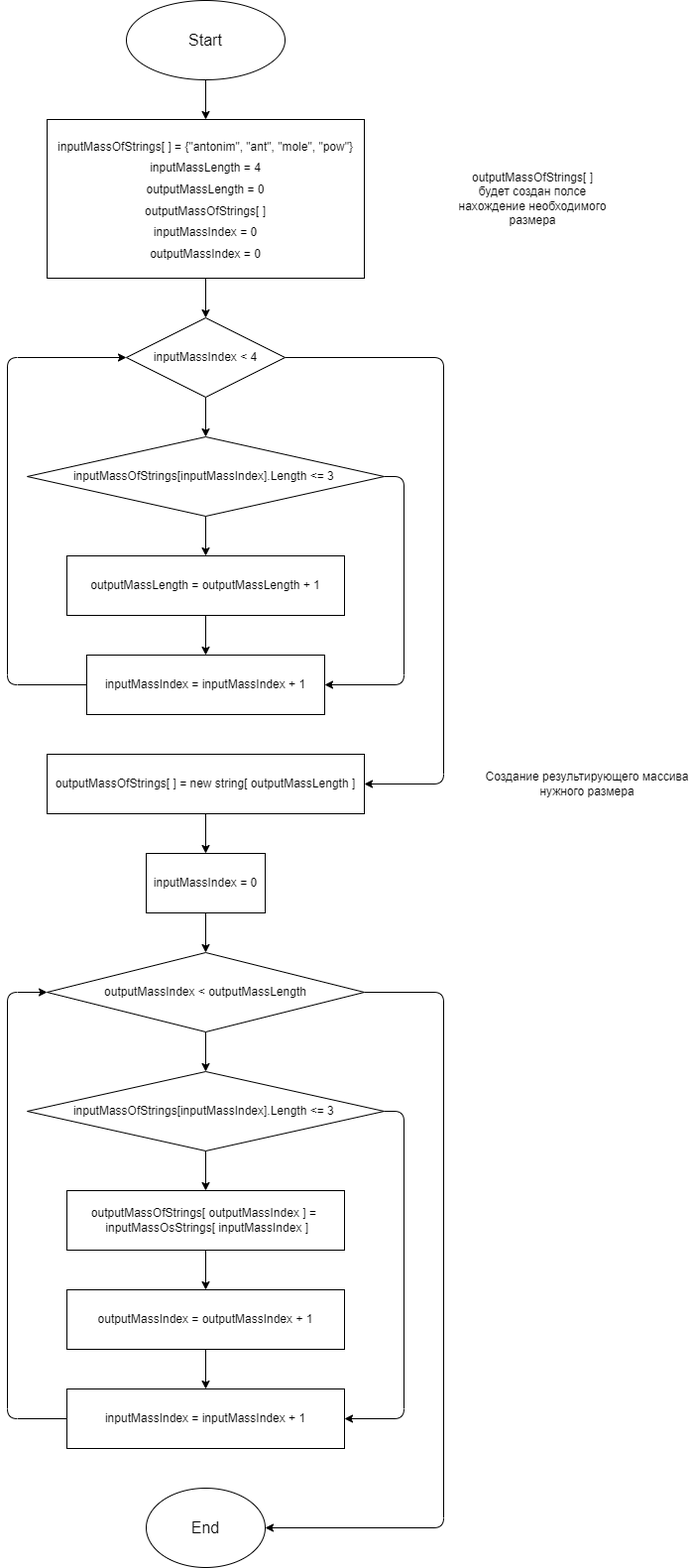
This is Блок-схема.drawio.png from Chell406/Total-project-GB, a draw.io export, as it was before one commit. Source tidied: cells renumbered, new cells last; positions are measured from the earlier drawing's top-left corner, leaving out a move shared by most shapes.
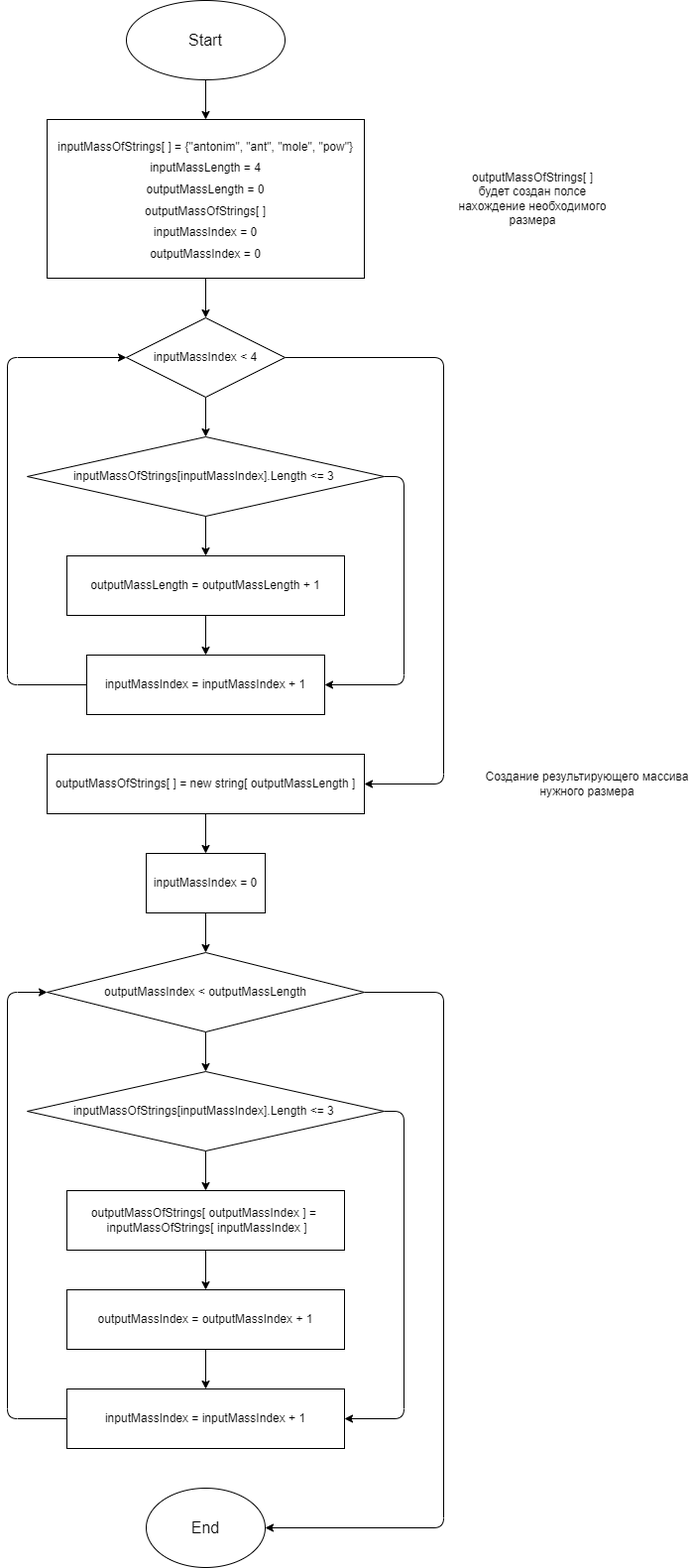
The same file after the commit.

Commit message:
Исправил имя массива в ветвлении во втором цикле на inputMassOfStrings вместо inputMassOnStrings

What changed in the source:
```diff
@@ -111,7 +111,7 @@
     <mxCell id="29" style="edgeStyle=none;html=1;fontSize=12;" parent="1" edge="1" source="30" target="25">
       <mxGeometry relative="1" as="geometry" />
     </mxCell>
-    <mxCell id="30" value="outputMassOfStrings[ outputMassIndex ] =&amp;nbsp; &amp;nbsp;inputMassOsStrings[ inputMassIndex ]" style="rounded=0;whiteSpace=wrap;html=1;fontSize=12;" parent="1" vertex="1">
+    <mxCell id="30" value="outputMassOfStrings[ outputMassIndex ] =&amp;nbsp; &amp;nbsp;inputMassOfStrings[ inputMassIndex ]" style="rounded=0;whiteSpace=wrap;html=1;fontSize=12;" parent="1" vertex="1">
       <mxGeometry x="60" y="1200" width="280" height="60" as="geometry" />
     </mxCell>
     <mxCell id="31" style="edgeStyle=none;html=1;entryX=0;entryY=0.5;entryDx=0;entryDy=0;fontSize=12;" parent="1" edge="1" source="32" target="23">
```
